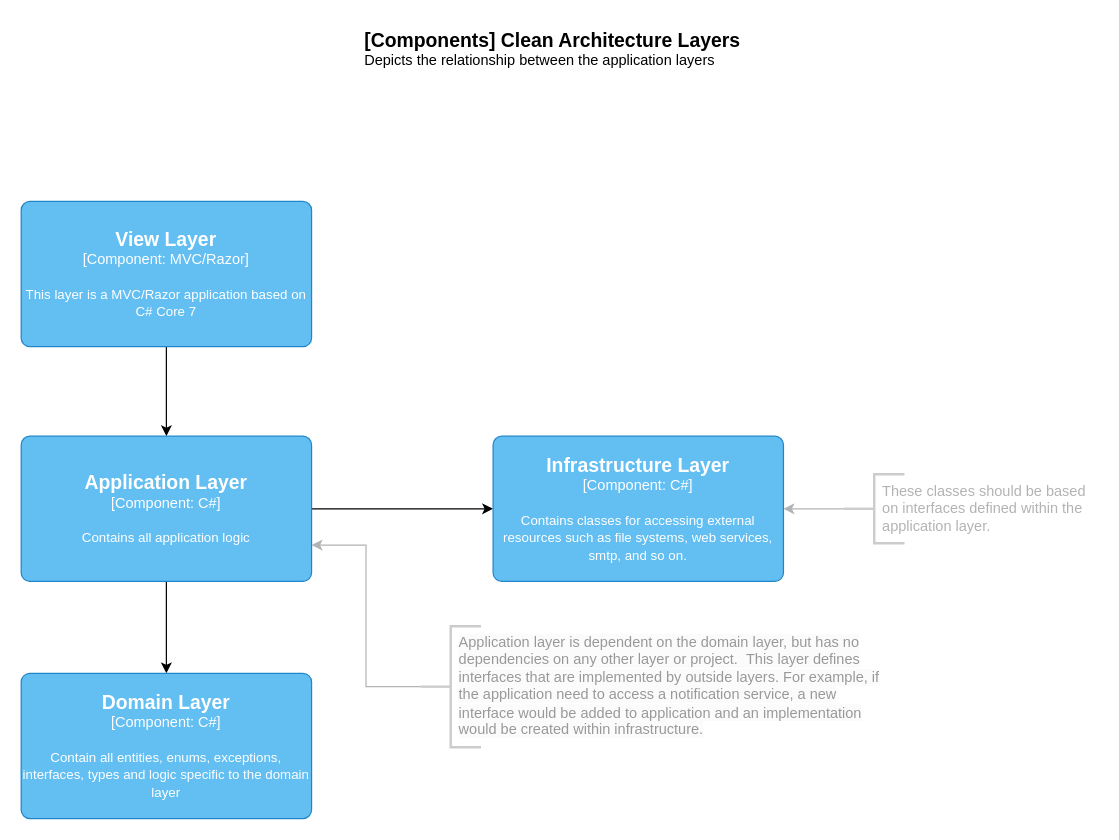
Earlier version of the draw.io diagram page "layer-component-diagram" (3 of 3) of docs/diagrams/c4-model.drawio (DFE-Digital/sts-plan-technology-for-your-school). Source tidied: cells renumbered, new cells numbered last; positions are measured from the earlier drawing's top-left corner, leaving out a move shared by most shapes. Both pictures are drawn from the tidied source at 121%, with x=0, y=0 at pixel (21, 21).
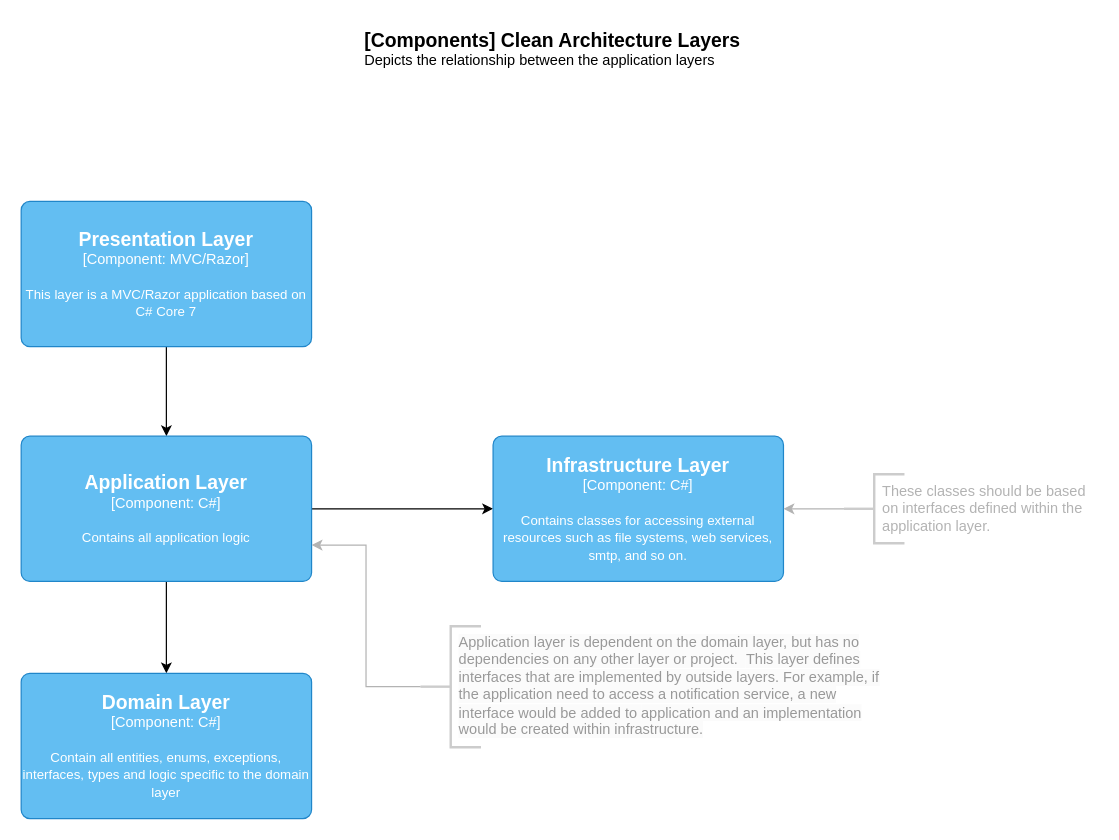
Above is the later version.

Change to the diagram source:
```diff
@@
-    <object id="3" label="&lt;font style=&quot;font-size: 16px&quot;&gt;&lt;b&gt;%c4Name%&lt;/b&gt;&lt;/font&gt;&lt;div&gt;[%c4Type%: %c4Technology%]&lt;/div&gt;&lt;br&gt;&lt;div&gt;&lt;font style=&quot;font-size: 11px&quot;&gt;%c4Description%&lt;/font&gt;&lt;/div&gt;" c4Description="This layer is a MVC/Razor application based on C# Core 7" c4Name="View Layer" c4Technology="MVC/Razor" c4Type="Component" placeholders="1">
+    <object id="3" label="&lt;font style=&quot;font-size: 16px&quot;&gt;&lt;b&gt;%c4Name%&lt;/b&gt;&lt;/font&gt;&lt;div&gt;[%c4Type%: %c4Technology%]&lt;/div&gt;&lt;br&gt;&lt;div&gt;&lt;font style=&quot;font-size: 11px&quot;&gt;%c4Description%&lt;/font&gt;&lt;/div&gt;" c4Description="This layer is a MVC/Razor application based on C# Core 7" c4Name="Presentation Layer" c4Technology="MVC/Razor" c4Type="Component" placeholders="1">
       <mxCell style="rounded=1;whiteSpace=wrap;html=1;labelBackgroundColor=none;fillColor=#63BEF2;fontColor=#ffffff;align=center;arcSize=6;strokeColor=#2086C9;points=[[0.25,0,0],[0.5,0,0],[0.75,0,0],[1,0.25,0],[1,0.5,0],[1,0.75,0],[0.75,1,0],[0.5,1,0],[0.25,1,0],[0,0.75,0],[0,0.5,0],[0,0.25,0]];" parent="1" vertex="1">
         <mxGeometry y="149" width="240" height="120" as="geometry" />
       </mxCell>
     </object>
```
